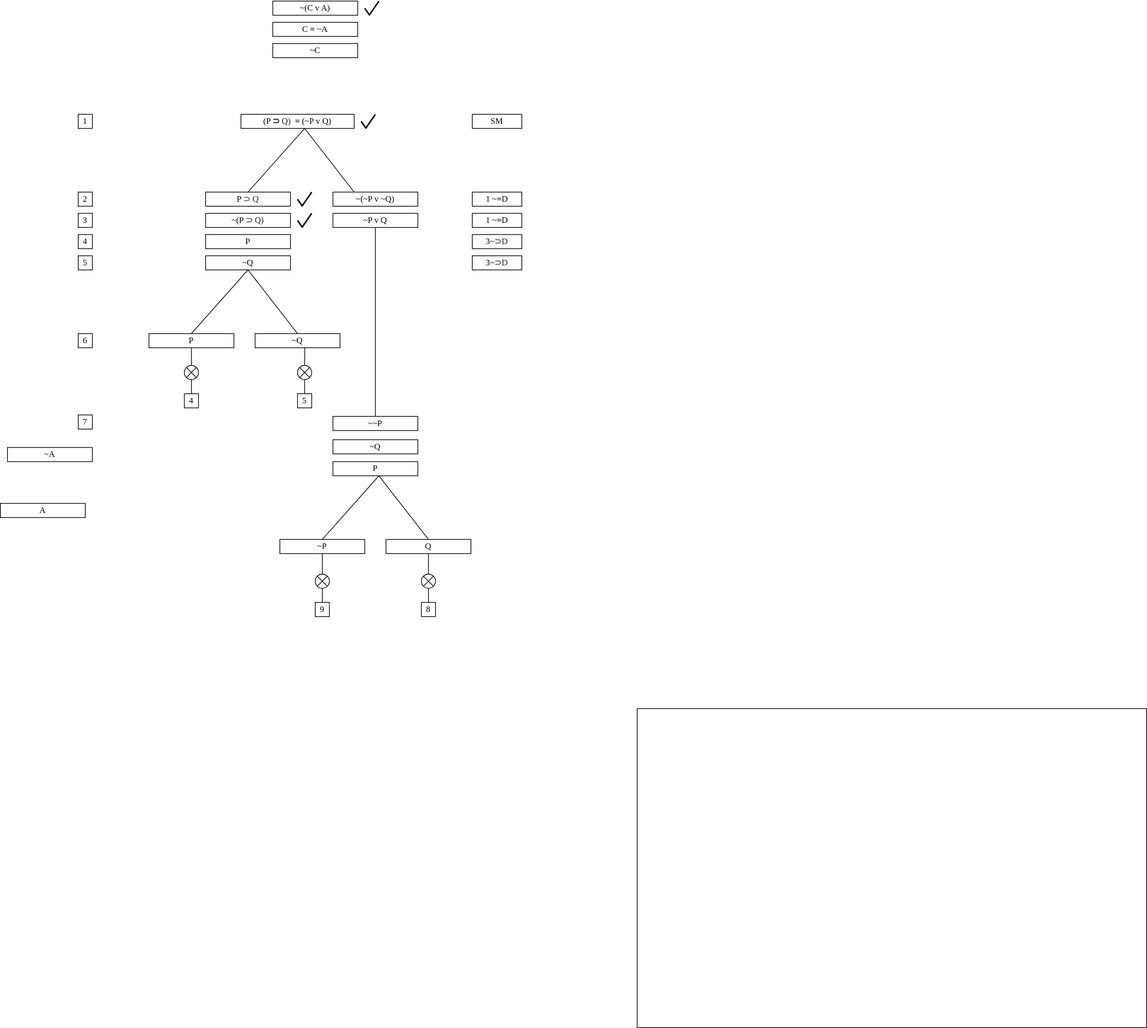
thomasabishop/logic-diagrams keeps this draw.io diagram as truth-trees/logical-equivalence-tree.svg. Above is the earlier version. Source tidied: cells renumbered, new cells last; positions are measured from the earlier drawing's top-left corner, leaving out a move shared by most shapes.
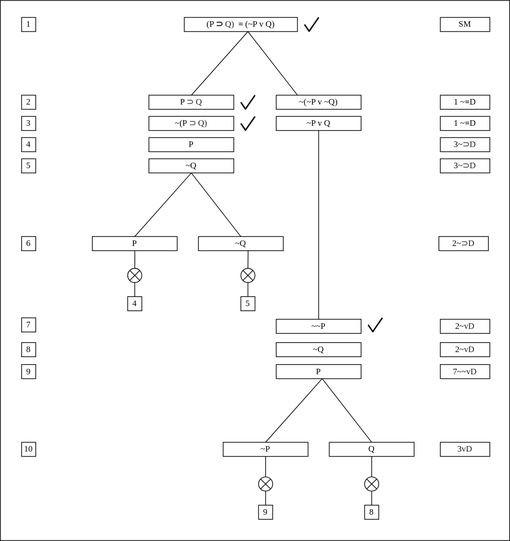
The same diagram one commit later.

Diff of the diagram source:
```diff
@@ -3,7 +3,7 @@
     <mxCell id="0" />
     <mxCell id="1" parent="0" />
     <mxCell id="2" style="rounded=0;whiteSpace=wrap;html=1;align=left;strokeColor=default;fontStyle=0;fontFamily=Lucida Console;" parent="1" vertex="1">
-      <mxGeometry x="900" y="1000" width="720" height="451" as="geometry" />
+      <mxGeometry x="80" y="136" width="720" height="764" as="geometry" />
     </mxCell>
     <mxCell id="3" style="endArrow=none;html=1;rounded=0;fontFamily=Lucida Console;fontStyle=0;" parent="1" edge="1">
       <mxGeometry relative="1" as="geometry">
@@ -30,13 +30,13 @@
       <mxGeometry x="470" y="300" width="120" height="20" as="geometry" />
     </mxCell>
     <mxCell id="9" value="SM" style="rounded=0;whiteSpace=wrap;html=1;fontFamily=Lucida Console;fontStyle=0;" parent="1" vertex="1">
-      <mxGeometry x="667" y="160" width="70" height="20" as="geometry" />
+      <mxGeometry x="702" y="160" width="70" height="20" as="geometry" />
     </mxCell>
     <mxCell id="10" value="1" style="rounded=0;whiteSpace=wrap;html=1;fontFamily=Lucida Console;fontStyle=0;" parent="1" vertex="1">
       <mxGeometry x="110" y="160" width="20" height="20" as="geometry" />
     </mxCell>
     <mxCell id="11" value="1 ~&lt;font style=&quot;font-size: 12px&quot;&gt;≡&lt;/font&gt;D" style="rounded=0;whiteSpace=wrap;html=1;fontFamily=Lucida Console;fontStyle=0;" parent="1" vertex="1">
-      <mxGeometry x="667" y="270" width="70" height="20" as="geometry" />
+      <mxGeometry x="702" y="270" width="70" height="20" as="geometry" />
     </mxCell>
     <mxCell id="12" value="4" style="rounded=0;whiteSpace=wrap;html=1;fontFamily=Lucida Console;fontStyle=0;" parent="1" vertex="1">
       <mxGeometry x="110" y="330" width="20" height="20" as="geometry" />
@@ -47,33 +47,12 @@
     <mxCell id="14" style="shape=sumEllipse;perimeter=ellipsePerimeter;whiteSpace=wrap;html=1;backgroundOutline=1;fontFamily=Lucida Console;fontStyle=0;" parent="1" vertex="1">
       <mxGeometry x="260" y="515" width="20" height="20" as="geometry" />
     </mxCell>
-    <mxCell id="15" value="~(C v A)" style="rounded=0;whiteSpace=wrap;html=1;fontFamily=Lucida Console;fontStyle=0;" parent="1" vertex="1">
-      <mxGeometry x="385" width="120" height="20" as="geometry" />
-    </mxCell>
     <mxCell id="16" value="2" style="rounded=0;whiteSpace=wrap;html=1;fontFamily=Lucida Console;fontStyle=0;" parent="1" vertex="1">
       <mxGeometry x="110" y="270" width="20" height="20" as="geometry" />
     </mxCell>
-    <mxCell id="17" style="group;fontStyle=0;fontFamily=Lucida Console;" parent="1" vertex="1">
-      <mxGeometry x="515" width="20" height="20" as="geometry" />
-    </mxCell>
-    <mxCell id="18" style="endArrow=none;html=1;rounded=0;strokeWidth=2;fontStyle=0;fontFamily=Lucida Console;" parent="17" edge="1">
-      <mxGeometry relative="1" as="geometry">
-        <mxPoint x="6.2" y="20" as="sourcePoint" />
-        <mxPoint x="20" as="targetPoint" />
-      </mxGeometry>
-    </mxCell>
-    <mxCell id="19" style="endArrow=none;html=1;rounded=0;strokeWidth=2;fontStyle=0;fontFamily=Lucida Console;" parent="17" edge="1">
-      <mxGeometry relative="1" as="geometry">
-        <mxPoint y="10" as="sourcePoint" />
-        <mxPoint x="6.9" y="20" as="targetPoint" />
-      </mxGeometry>
-    </mxCell>
     <mxCell id="20" value="&lt;font style=&quot;font-size: 12px&quot;&gt;(P &lt;b style=&quot;color: rgb(32 , 33 , 34) ; background-color: rgb(255 , 255 , 255)&quot;&gt;&lt;font style=&quot;font-size: 12px&quot;&gt;⊃ &lt;/font&gt;&lt;/b&gt;&lt;span style=&quot;color: rgb(32 , 33 , 34) ; background-color: rgb(255 , 255 , 255)&quot;&gt;&lt;font style=&quot;font-size: 12px&quot;&gt;Q&lt;/font&gt;&lt;/span&gt;&lt;span style=&quot;color: rgb(32 , 33 , 34) ; background-color: rgb(255 , 255 , 255)&quot;&gt;&lt;font style=&quot;font-size: 12px&quot;&gt;)&lt;/font&gt;&lt;/span&gt;&lt;b style=&quot;color: rgb(32 , 33 , 34) ; background-color: rgb(255 , 255 , 255)&quot;&gt;&lt;font style=&quot;font-size: 12px&quot;&gt;&amp;nbsp; &lt;/font&gt;&lt;/b&gt;≡&lt;/font&gt; (~P v Q)" style="rounded=0;whiteSpace=wrap;html=1;fontFamily=Lucida Console;fontStyle=0;" parent="1" vertex="1">
       <mxGeometry x="340" y="160" width="160" height="20" as="geometry" />
     </mxCell>
-    <mxCell id="21" value="C ≡ ~A" style="rounded=0;whiteSpace=wrap;html=1;fontFamily=Lucida Console;fontStyle=0;" parent="1" vertex="1">
-      <mxGeometry x="385" y="30" width="120" height="20" as="geometry" />
-    </mxCell>
     <mxCell id="22" value="3" style="rounded=0;whiteSpace=wrap;html=1;fontFamily=Lucida Console;fontStyle=0;" parent="1" vertex="1">
       <mxGeometry x="110" y="300" width="20" height="20" as="geometry" />
     </mxCell>
@@ -92,15 +71,9 @@
         <mxPoint x="6.9" y="20" as="targetPoint" />
       </mxGeometry>
     </mxCell>
-    <mxCell id="26" value="~C" style="rounded=0;whiteSpace=wrap;html=1;fontFamily=Lucida Console;fontStyle=0;" parent="1" vertex="1">
-      <mxGeometry x="385" y="60" width="120" height="20" as="geometry" />
-    </mxCell>
     <mxCell id="27" value="P" style="rounded=0;whiteSpace=wrap;html=1;fontFamily=Lucida Console;fontStyle=0;" parent="1" vertex="1">
       <mxGeometry x="290" y="330" width="120" height="20" as="geometry" />
     </mxCell>
-    <mxCell id="28" value="~A" style="rounded=0;whiteSpace=wrap;html=1;fontFamily=Lucida Console;fontStyle=0;" parent="1" vertex="1">
-      <mxGeometry x="10" y="631" width="120" height="20" as="geometry" />
-    </mxCell>
     <mxCell id="29" style="edgeStyle=orthogonalEdgeStyle;rounded=0;jettySize=auto;html=1;exitX=0.5;exitY=0;exitDx=0;exitDy=0;entryX=0.5;entryY=1;entryDx=0;entryDy=0;endArrow=none;endFill=0;fontFamily=Lucida Console;" parent="1" edge="1" source="30" target="14">
       <mxGeometry relative="1" as="geometry" />
     </mxCell>
@@ -110,11 +83,8 @@
     <mxCell id="31" value="7" style="rounded=0;whiteSpace=wrap;html=1;fontFamily=Lucida Console;fontStyle=0;" parent="1" vertex="1">
       <mxGeometry x="110" y="585" width="20" height="20" as="geometry" />
     </mxCell>
-    <mxCell id="32" value="A" style="rounded=0;whiteSpace=wrap;html=1;fontFamily=Lucida Console;fontStyle=0;" parent="1" vertex="1">
-      <mxGeometry y="710" width="120" height="20" as="geometry" />
-    </mxCell>
     <mxCell id="33" value="3~&lt;font style=&quot;font-size: 12px&quot;&gt;&lt;span style=&quot;color: rgb(32 , 33 , 34) ; background-color: rgb(255 , 255 , 255)&quot;&gt;&lt;font style=&quot;font-size: 12px&quot;&gt;⊃D&lt;/font&gt;&lt;/span&gt;&lt;/font&gt;" style="rounded=0;whiteSpace=wrap;html=1;fontFamily=Lucida Console;fontStyle=0;" parent="1" vertex="1">
-      <mxGeometry x="667" y="330" width="70" height="20" as="geometry" />
+      <mxGeometry x="702" y="330" width="70" height="20" as="geometry" />
     </mxCell>
     <mxCell id="34" value="~(P &lt;font style=&quot;font-size: 12px&quot;&gt;&lt;span style=&quot;color: rgb(32 , 33 , 34) ; background-color: rgb(255 , 255 , 255)&quot;&gt;&lt;font style=&quot;font-size: 12px&quot;&gt;⊃ Q)&lt;/font&gt;&lt;/span&gt;&lt;/font&gt; " style="rounded=0;whiteSpace=wrap;html=1;fontFamily=Lucida Console;fontStyle=0;" parent="1" vertex="1">
       <mxGeometry x="290" y="300" width="120" height="20" as="geometry" />
@@ -126,7 +96,7 @@
       <mxGeometry x="110" y="470" width="20" height="20" as="geometry" />
     </mxCell>
     <mxCell id="37" value="1 ~&lt;font style=&quot;font-size: 12px&quot;&gt;≡&lt;/font&gt;D" style="rounded=0;whiteSpace=wrap;html=1;fontFamily=Lucida Console;fontStyle=0;" parent="1" vertex="1">
-      <mxGeometry x="667" y="300" width="70" height="20" as="geometry" />
+      <mxGeometry x="702" y="300" width="70" height="20" as="geometry" />
     </mxCell>
     <mxCell id="38" value="~Q" style="rounded=0;whiteSpace=wrap;html=1;fontFamily=Lucida Console;fontStyle=0;" parent="1" vertex="1">
       <mxGeometry x="290" y="360" width="120" height="20" as="geometry" />
@@ -144,7 +114,7 @@
       </mxGeometry>
     </mxCell>
     <mxCell id="41" value="3~&lt;font style=&quot;font-size: 12px&quot;&gt;&lt;span style=&quot;color: rgb(32 , 33 , 34) ; background-color: rgb(255 , 255 , 255)&quot;&gt;&lt;font style=&quot;font-size: 12px&quot;&gt;⊃D&lt;/font&gt;&lt;/span&gt;&lt;/font&gt;" style="rounded=0;whiteSpace=wrap;html=1;fontFamily=Lucida Console;fontStyle=0;" parent="1" vertex="1">
-      <mxGeometry x="667" y="360" width="70" height="20" as="geometry" />
+      <mxGeometry x="702" y="360" width="70" height="20" as="geometry" />
     </mxCell>
     <mxCell id="42" style="group;fontStyle=0;fontFamily=Lucida Console;" parent="1" vertex="1">
       <mxGeometry x="420" y="270" width="20" height="20" as="geometry" />
@@ -245,5 +215,44 @@
     <mxCell id="68" value="8" style="rounded=0;whiteSpace=wrap;html=1;fontFamily=Lucida Console;fontStyle=0;" parent="1" vertex="1">
       <mxGeometry x="595" y="850" width="20" height="20" as="geometry" />
     </mxCell>
+    <mxCell id="69" value="8" style="rounded=0;whiteSpace=wrap;html=1;fontFamily=Lucida Console;fontStyle=0;" parent="1" vertex="1">
+      <mxGeometry x="110" y="620" width="20" height="20" as="geometry" />
+    </mxCell>
+    <mxCell id="70" value="9" style="rounded=0;whiteSpace=wrap;html=1;fontFamily=Lucida Console;fontStyle=0;" parent="1" vertex="1">
+      <mxGeometry x="110" y="651" width="20" height="20" as="geometry" />
+    </mxCell>
+    <mxCell id="71" value="10" style="rounded=0;whiteSpace=wrap;html=1;fontFamily=Lucida Console;fontStyle=0;" parent="1" vertex="1">
+      <mxGeometry x="110" y="761" width="20" height="20" as="geometry" />
+    </mxCell>
+    <mxCell id="72" value="2~&lt;font style=&quot;font-size: 12px&quot;&gt;&lt;span style=&quot;color: rgb(32 , 33 , 34) ; background-color: rgb(255 , 255 , 255)&quot;&gt;&lt;font style=&quot;font-size: 12px&quot;&gt;⊃D&lt;/font&gt;&lt;/span&gt;&lt;/font&gt;" style="rounded=0;whiteSpace=wrap;html=1;fontFamily=Lucida Console;fontStyle=0;" parent="1" vertex="1">
+      <mxGeometry x="700" y="470" width="70" height="20" as="geometry" />
+    </mxCell>
+    <mxCell id="73" value="3&lt;font style=&quot;font-size: 12px&quot;&gt;&lt;span style=&quot;color: rgb(32 , 33 , 34) ; background-color: rgb(255 , 255 , 255)&quot;&gt;&lt;font style=&quot;font-size: 12px&quot;&gt;vD&lt;/font&gt;&lt;/span&gt;&lt;/font&gt;" style="rounded=0;whiteSpace=wrap;html=1;fontFamily=Lucida Console;fontStyle=0;" parent="1" vertex="1">
+      <mxGeometry x="702" y="761" width="70" height="20" as="geometry" />
+    </mxCell>
+    <mxCell id="74" value="2~&lt;font style=&quot;font-size: 12px&quot;&gt;&lt;span style=&quot;color: rgb(32 , 33 , 34) ; background-color: rgb(255 , 255 , 255)&quot;&gt;&lt;font style=&quot;font-size: 12px&quot;&gt;vD&lt;/font&gt;&lt;/span&gt;&lt;/font&gt;" style="rounded=0;whiteSpace=wrap;html=1;fontFamily=Lucida Console;fontStyle=0;" parent="1" vertex="1">
+      <mxGeometry x="702" y="587" width="70" height="20" as="geometry" />
+    </mxCell>
+    <mxCell id="75" value="2~&lt;font style=&quot;font-size: 12px&quot;&gt;&lt;span style=&quot;color: rgb(32 , 33 , 34) ; background-color: rgb(255 , 255 , 255)&quot;&gt;&lt;font style=&quot;font-size: 12px&quot;&gt;vD&lt;/font&gt;&lt;/span&gt;&lt;/font&gt;" style="rounded=0;whiteSpace=wrap;html=1;fontFamily=Lucida Console;fontStyle=0;" parent="1" vertex="1">
+      <mxGeometry x="702" y="620" width="70" height="20" as="geometry" />
+    </mxCell>
+    <mxCell id="76" value="7~~&lt;font style=&quot;font-size: 12px&quot;&gt;&lt;span style=&quot;color: rgb(32 , 33 , 34) ; background-color: rgb(255 , 255 , 255)&quot;&gt;&lt;font style=&quot;font-size: 12px&quot;&gt;vD&lt;/font&gt;&lt;/span&gt;&lt;/font&gt;" style="rounded=0;whiteSpace=wrap;html=1;fontFamily=Lucida Console;fontStyle=0;" parent="1" vertex="1">
+      <mxGeometry x="702" y="651" width="70" height="20" as="geometry" />
+    </mxCell>
+    <mxCell id="77" style="group;fontStyle=0;fontFamily=Lucida Console;" parent="1" vertex="1">
+      <mxGeometry x="600" y="585" width="20" height="20" as="geometry" />
+    </mxCell>
+    <mxCell id="78" style="endArrow=none;html=1;rounded=0;strokeWidth=2;fontStyle=0;fontFamily=Lucida Console;" parent="77" edge="1">
+      <mxGeometry relative="1" as="geometry">
+        <mxPoint x="6.2" y="20" as="sourcePoint" />
+        <mxPoint x="20" as="targetPoint" />
+      </mxGeometry>
+    </mxCell>
+    <mxCell id="79" style="endArrow=none;html=1;rounded=0;strokeWidth=2;fontStyle=0;fontFamily=Lucida Console;" parent="77" edge="1">
+      <mxGeometry relative="1" as="geometry">
+        <mxPoint y="10" as="sourcePoint" />
+        <mxPoint x="6.9" y="20" as="targetPoint" />
+      </mxGeometry>
+    </mxCell>
   </root>
 </mxGraphModel>
```
